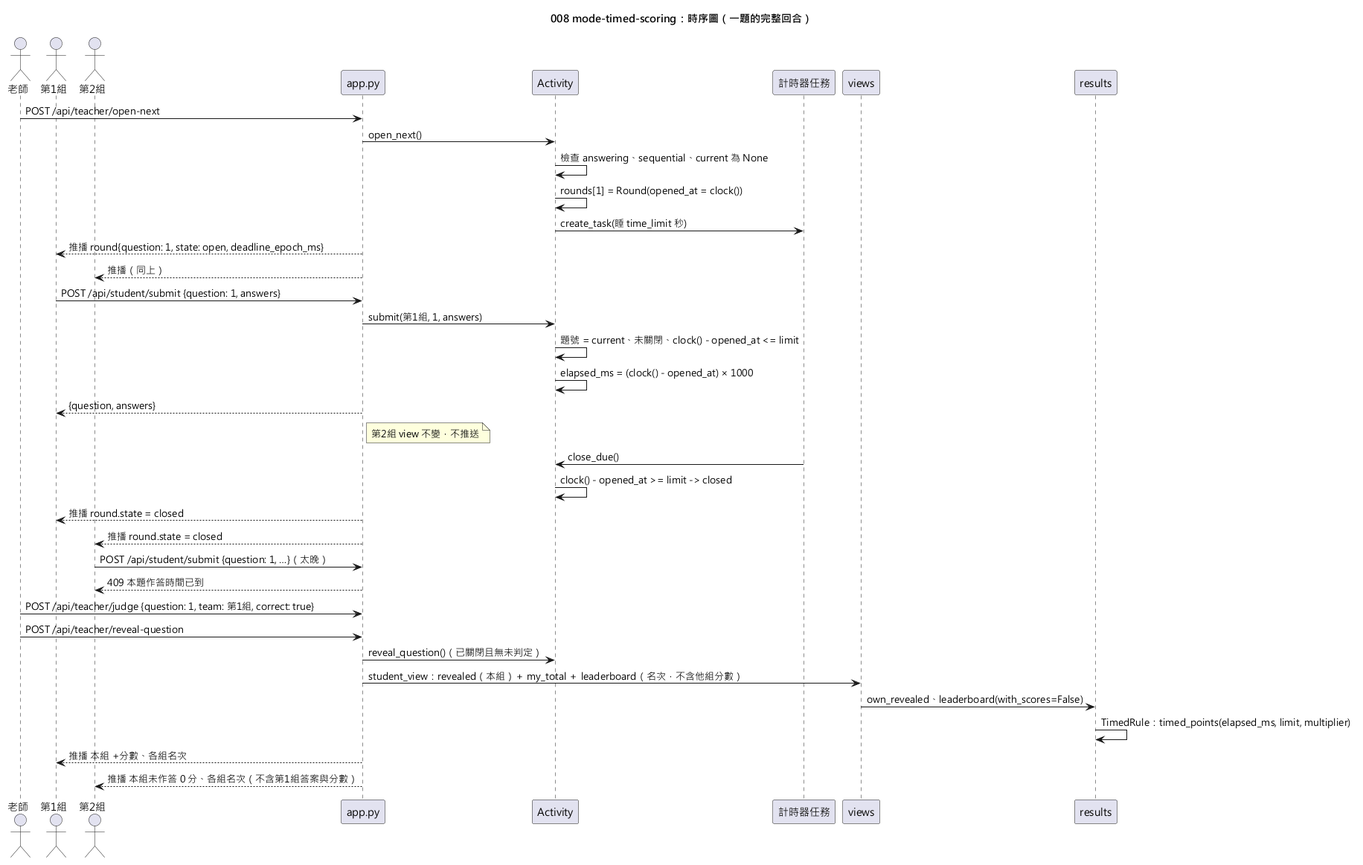
The PlantUML diagram diagrams/008-mode-timed-scoring-sequence.png in yue083139/software_fin-speckit, before a commit.
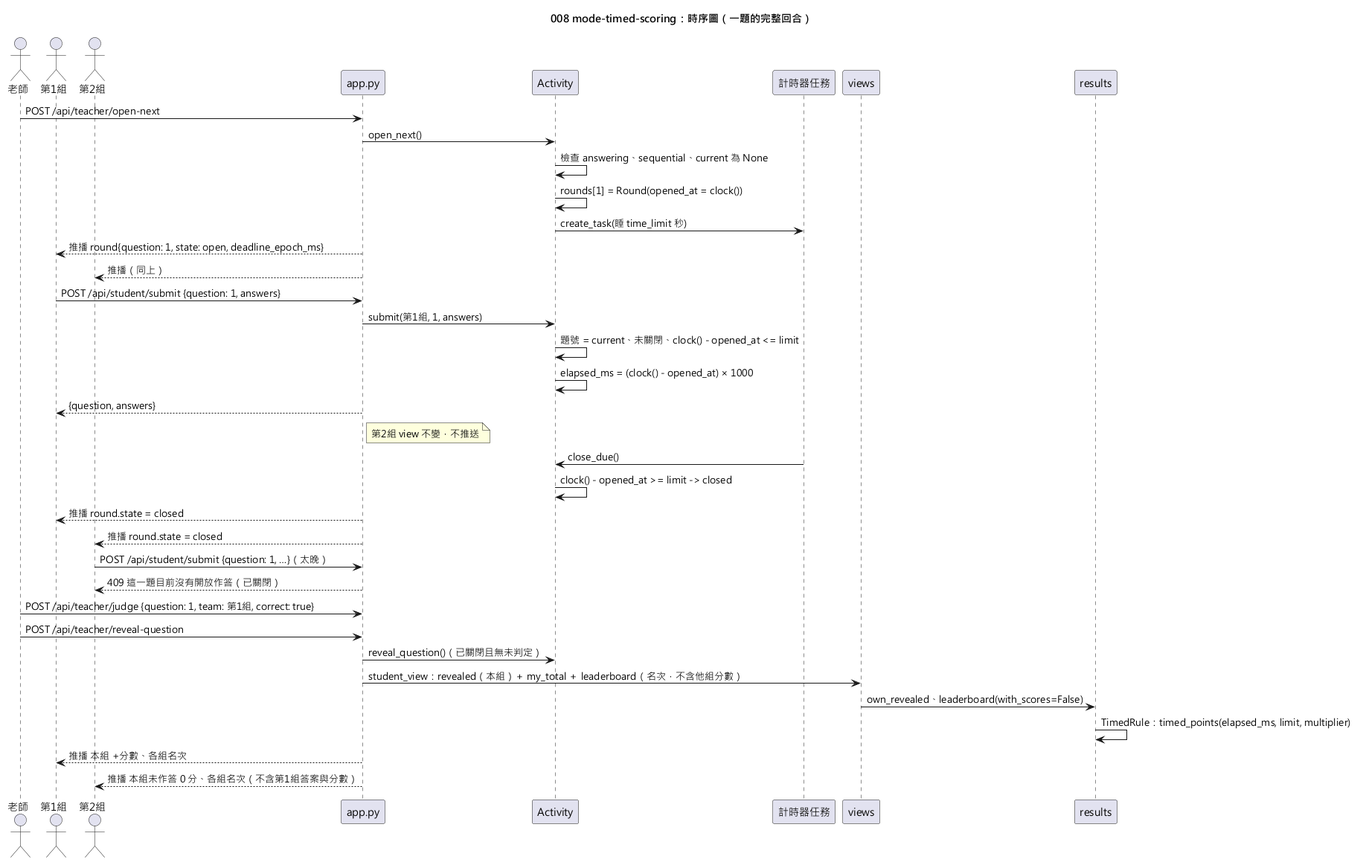
Above is the later version.

Diff of the diagram source:
```diff
@@ -32,7 +32,7 @@
 App --> B : 推播 round.state = closed
 
 B -> App : POST /api/student/submit {question: 1, …}（太晚）
-App --> B : 409 本題作答時間已到
+App --> B : 409 這一題目前沒有開放作答（已關閉）
 
 T -> App : POST /api/teacher/judge {question: 1, team: 第1組, correct: true}
 T -> App : POST /api/teacher/reveal-question
```
